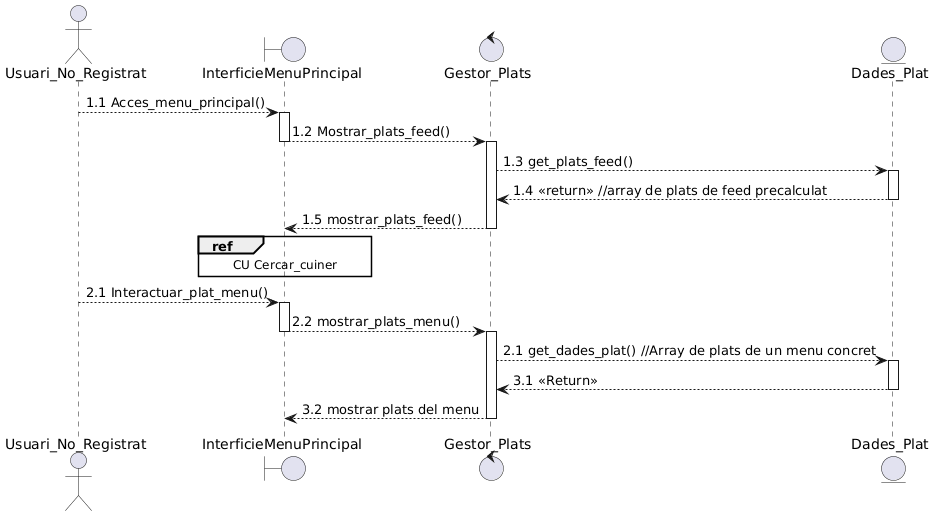
Earlier version of the PlantUML export documents/Diagrames i Especificacions/Seqüencia/ALEJANDRO/1- Consultar Menu.png (martipages/ES23UAB431-02). The source it was exported from:
```plantuml
@startuml
actor Usuari_No_Registrat as UsuariN
boundary InterficieMenuPrincipal as interficie

control Gestor_Plats as gestor
entity Dades_Plat as Plat

UsuariN --> interficie ++: 1.1 Acces_menu_principal()
interficie --> gestor --++: 1.2 Mostrar_plats_feed()
gestor --> Plat ++: 1.3 get_plats_feed()
Plat --> gestor --: 1.4 <<return>> //array de plats de feed precalculat
gestor --> interficie --: 1.5 mostrar_plats_feed()
ref over interficie : CU Cercar_cuiner
UsuariN --> interficie ++: 2.1 Interactuar_plat_menu()
interficie --> gestor --++: 2.2 mostrar_plats_menu()
gestor --> Plat ++: 2.1 get_dades_plat() //Array de plats de un menu concret
Plat --> gestor --: 3.1 <<Return>>
gestor --> interficie --: 3.2 mostrar plats del menu
@enduml
```
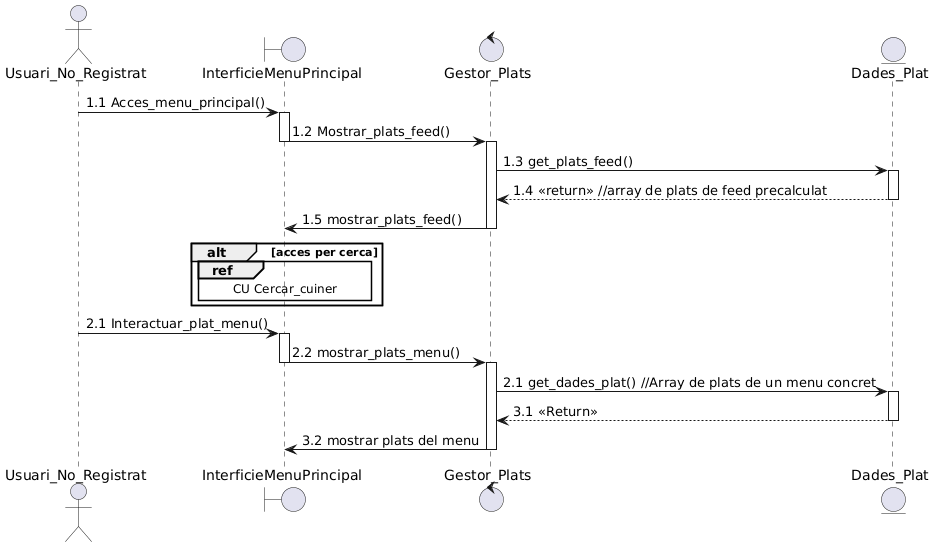
Above is the later version.

The edit, as a diff of the source:
```diff
@@ -5,15 +5,17 @@
 control Gestor_Plats as gestor
 entity Dades_Plat as Plat
 
-UsuariN --> interficie ++: 1.1 Acces_menu_principal()
-interficie --> gestor --++: 1.2 Mostrar_plats_feed()
-gestor --> Plat ++: 1.3 get_plats_feed()
+UsuariN -> interficie ++: 1.1 Acces_menu_principal()
+interficie -> gestor --++: 1.2 Mostrar_plats_feed()
+gestor -> Plat ++: 1.3 get_plats_feed()
 Plat --> gestor --: 1.4 <<return>> //array de plats de feed precalculat
-gestor --> interficie --: 1.5 mostrar_plats_feed()
+gestor -> interficie --: 1.5 mostrar_plats_feed()
+alt acces per cerca
 ref over interficie : CU Cercar_cuiner
-UsuariN --> interficie ++: 2.1 Interactuar_plat_menu()
-interficie --> gestor --++: 2.2 mostrar_plats_menu()
-gestor --> Plat ++: 2.1 get_dades_plat() //Array de plats de un menu concret
+end
+UsuariN -> interficie ++: 2.1 Interactuar_plat_menu()
+interficie -> gestor --++: 2.2 mostrar_plats_menu()
+gestor -> Plat ++: 2.1 get_dades_plat() //Array de plats de un menu concret
 Plat --> gestor --: 3.1 <<Return>>
-gestor --> interficie --: 3.2 mostrar plats del menu
+gestor -> interficie --: 3.2 mostrar plats del menu
 @enduml
```
